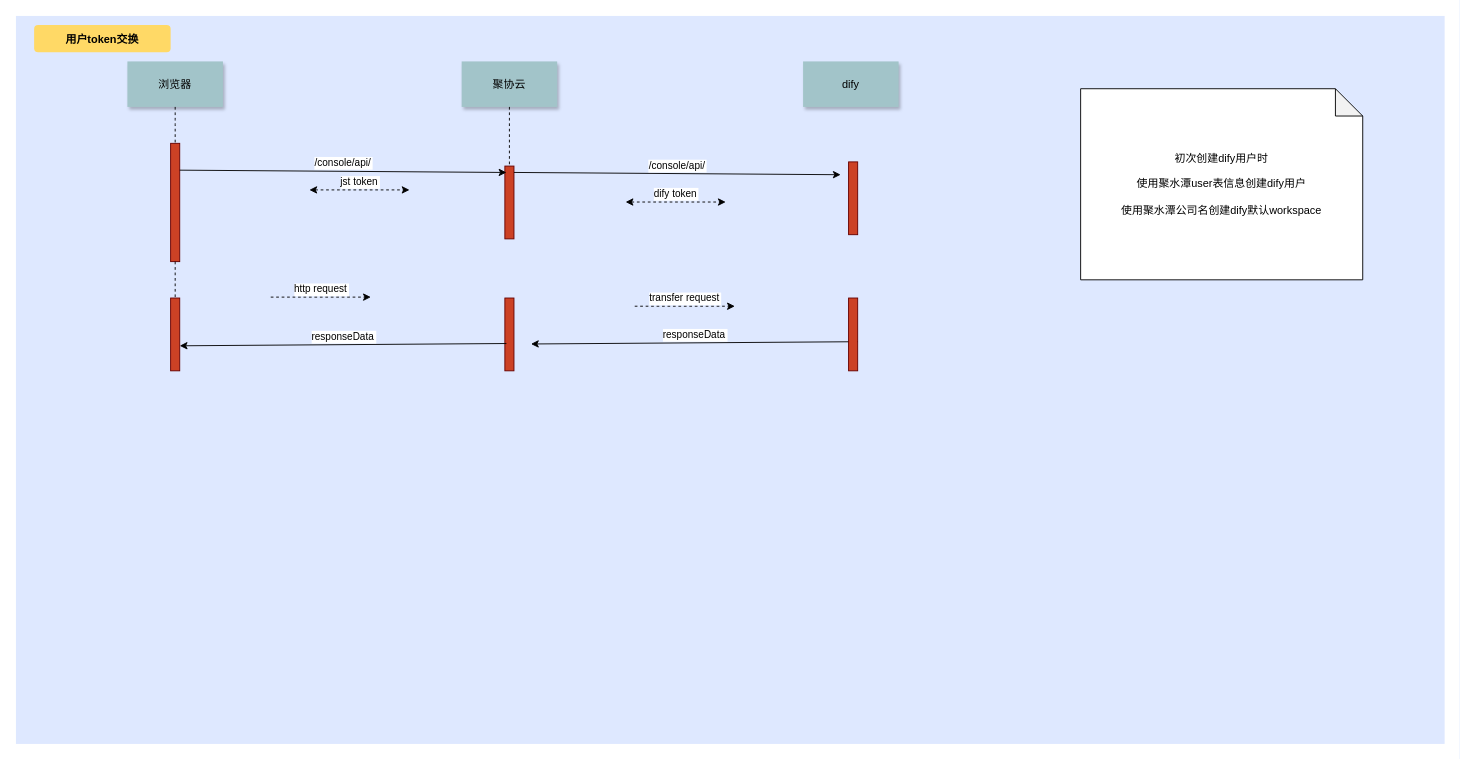
Above: 未命名绘图.drawio in hijimo/flow-pics (draw.io), before the change. Source tidied: cells renumbered, new cells numbered last; positions are measured from the earlier drawing's top-left corner, leaving out a move shared by most shapes. Both pictures are drawn from the tidied source at 91%, with x=0, y=0 at pixel (15, 15).
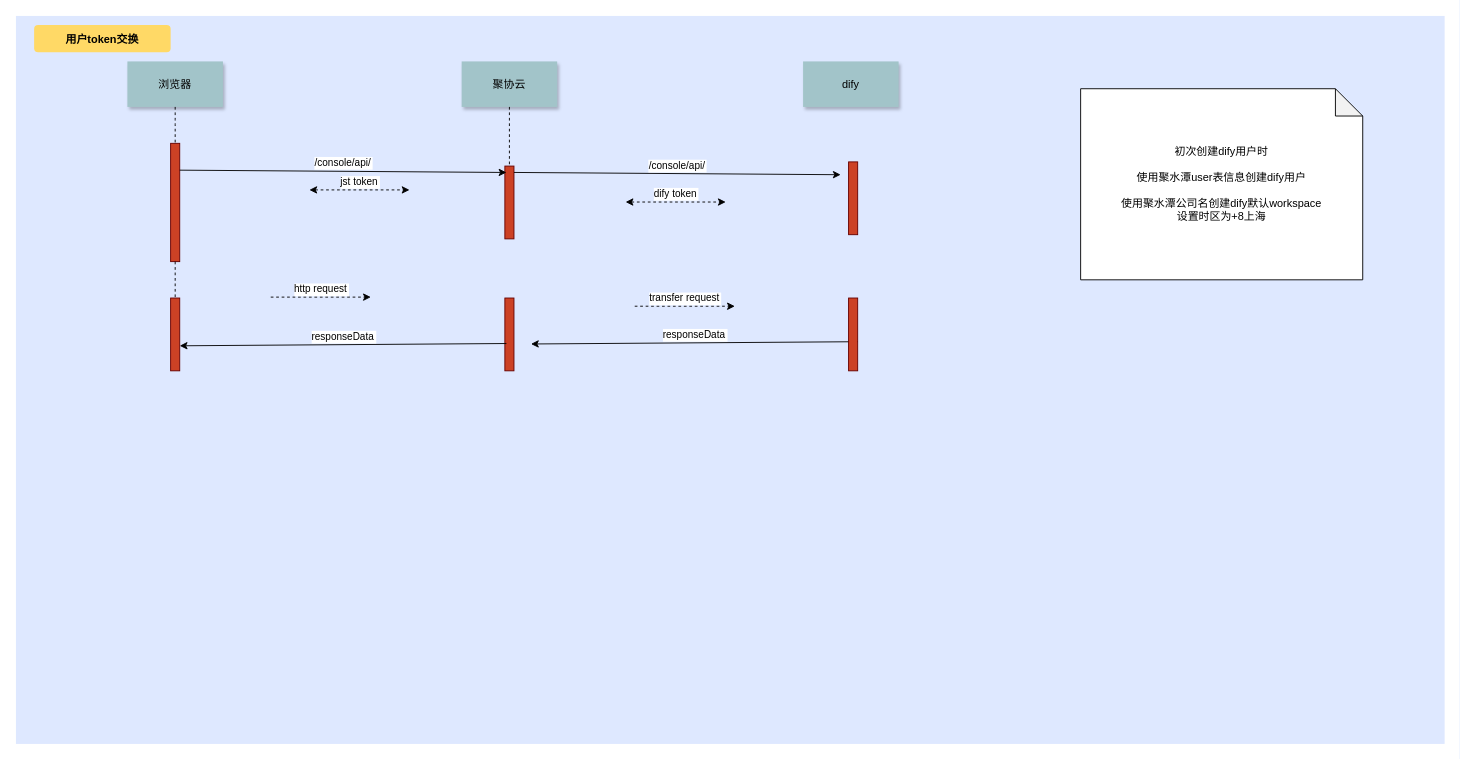
Above is the later version.

Commit message:
更新未命名绘图.drawio

Diff of the diagram source:
```diff
@@
-    <mxCell id="17" value="&lt;div&gt;初次创建dify用户时&lt;/div&gt;&lt;div&gt;&lt;br&gt;&lt;/div&gt;使用聚水潭user表信息创建dify用户&lt;div&gt;&lt;br&gt;&lt;div&gt;使用聚水潭公司名创建dify默认workspace&lt;/div&gt;&lt;/div&gt;" style="shape=note;whiteSpace=wrap;html=1;backgroundOutline=1;darkOpacity=0.05;" parent="1" vertex="1">
+    <mxCell id="17" value="&lt;div&gt;初次创建dify用户时&lt;/div&gt;&lt;div&gt;&lt;br&gt;&lt;/div&gt;使用聚水潭user表信息创建dify用户&lt;div&gt;&lt;br&gt;&lt;div&gt;使用聚水潭公司名创建dify默认workspace&lt;/div&gt;&lt;/div&gt;&lt;div&gt;设置时区为+8上海&lt;/div&gt;" style="shape=note;whiteSpace=wrap;html=1;backgroundOutline=1;darkOpacity=0.05;" parent="1" vertex="1">
       <mxGeometry x="1170" y="80" width="310" height="210" as="geometry" />
     </mxCell>
```
